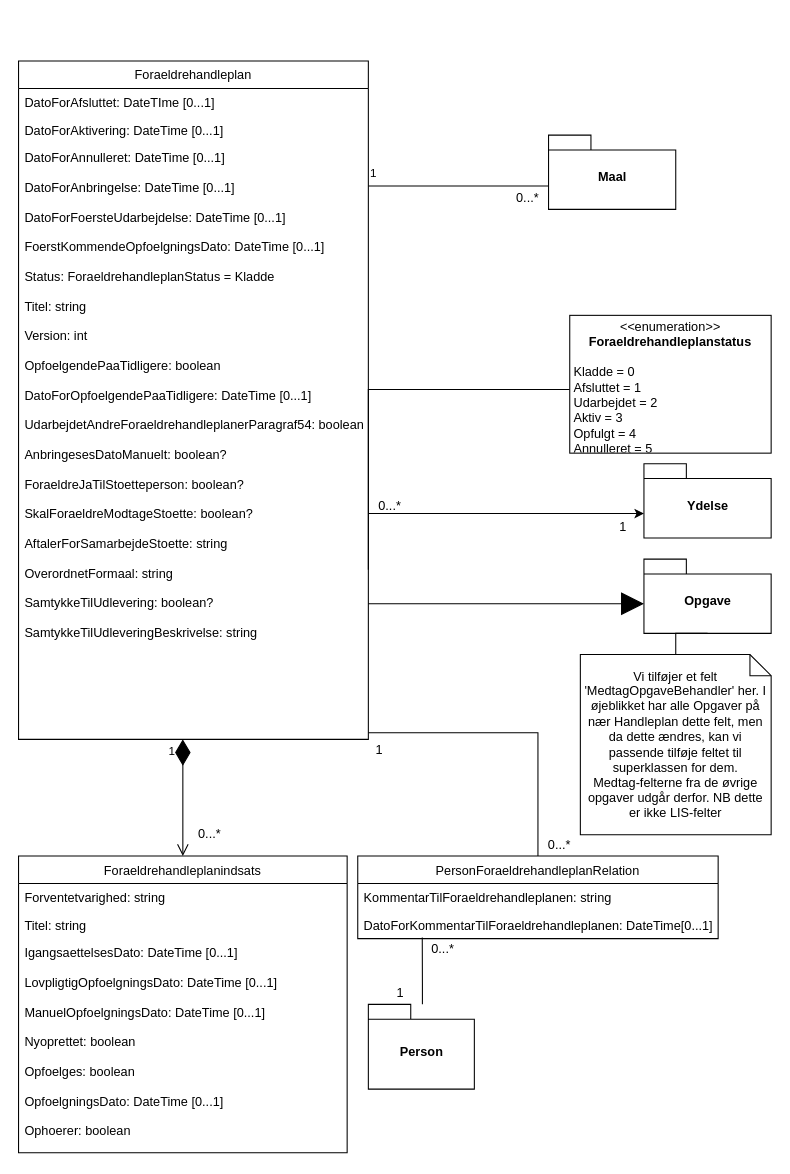
DanielMikkelsen/CompanyCarpool keeps this draw.io diagram as Untitled Diagram.drawio. Above is the earlier version. Source tidied: cells renumbered, new cells numbered last; positions are measured from the earlier drawing's top-left corner, leaving out a move shared by most shapes. Both pictures are drawn from the tidied source at 106%, with x=0, y=0 at pixel (18, 60).
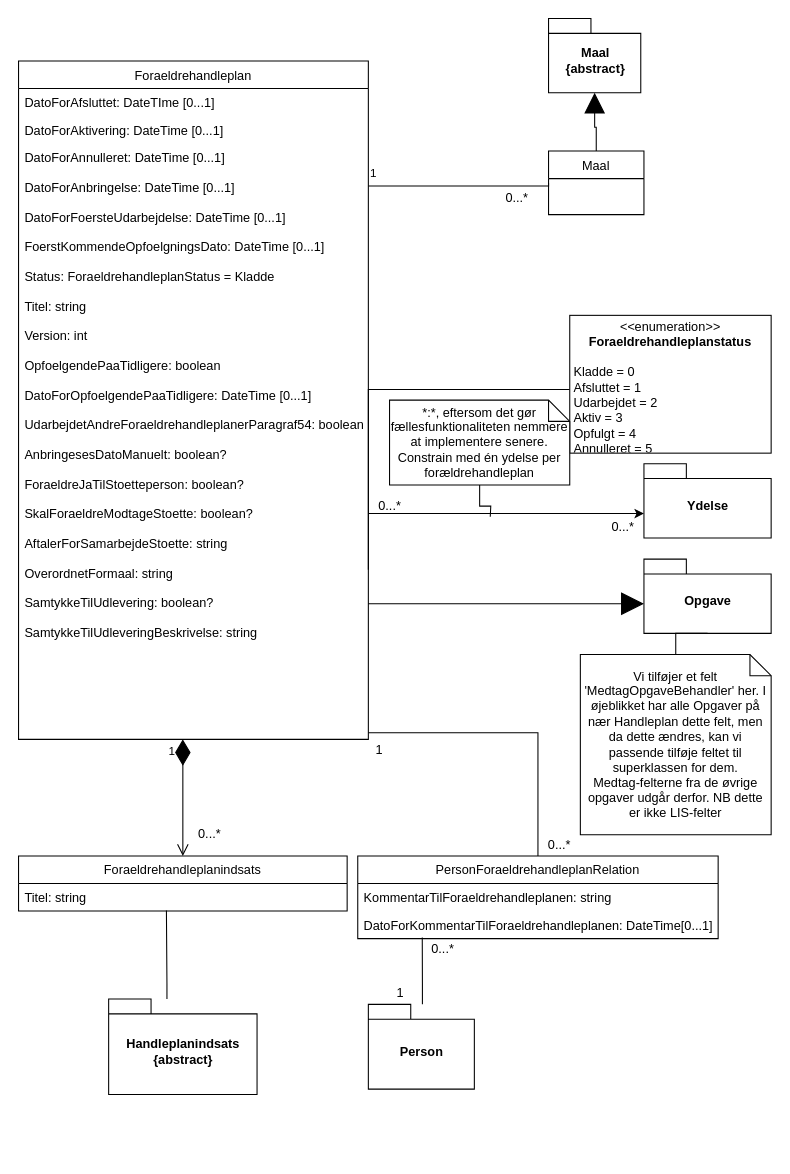
After the change.

The change refers to these unchanged cells:
```xml
<mxCell id="5" value="DatoForAnnulleret: DateTime [0...1]&#10;&#10;DatoForAnbringelse: DateTime [0...1]&#10;&#10;DatoForFoersteUdarbejdelse: DateTime [0...1]&#10;&#10;FoerstKommendeOpfoelgningsDato: DateTime [0...1]&#10;&#10;Status: ForaeldrehandleplanStatus = Kladde&#10;&#10;Titel: string&#10;&#10;Version: int&#10;&#10;OpfoelgendePaaTidligere: boolean&#10;&#10;DatoForOpfoelgendePaaTidligere: DateTime [0...1]&#10;&#10;UdarbejdetAndreForaeldrehandleplanerParagraf54: boolean&#10;&#10;AnbringesesDatoManuelt: boolean?&#10;&#10;ForaeldreJaTilStoetteperson: boolean?&#10;&#10;SkalForaeldreModtageStoette: boolean?&#10;&#10;AftalerForSamarbejdeStoette: string&#10;&#10;OverordnetFormaal: string&#10;&#10;SamtykkeTilUdlevering: boolean?&#10;&#10;SamtykkeTilUdleveringBeskrivelse: string&#10;&#10;" style="text;align=left;verticalAlign=top;spacingLeft=4;spacingRight=4;overflow=hidden;points=[[0,0.5],[1,0.5]];portConstraint=eastwest;rounded=0;shadow=0;html=0;" parent="2" vertex="1">
  <mxGeometry y="78" width="330" height="562" as="geometry" />
</mxCell>
```

What changed in the source:
```diff
@@
     <mxCell id="6" value="0...*" style="text;html=1;align=center;verticalAlign=middle;" parent="1" vertex="1">
-      <mxGeometry x="460" y="120" width="40" height="20" as="geometry" />
+      <mxGeometry x="450" y="120" width="40" height="20" as="geometry" />
     </mxCell>
@@
     <mxCell id="9" value="Foraeldrehandleplanindsats" style="swimlane;fontStyle=0;horizontal=1;startSize=26;fillColor=none;" parent="1" vertex="1">
-      <mxGeometry y="750" width="310" height="280" as="geometry" />
+      <mxGeometry y="750" width="310" height="52" as="geometry" />
     </mxCell>
-    <mxCell id="10" value="Forventetvarighed: string" style="text;strokeColor=none;fillColor=none;align=left;verticalAlign=top;spacingLeft=4;spacingRight=4;overflow=hidden;" parent="9" vertex="1">
-      <mxGeometry y="26" width="310" height="26" as="geometry" />
-    </mxCell>
     <mxCell id="11" value="Titel: string" style="text;strokeColor=none;fillColor=none;align=left;verticalAlign=top;spacingLeft=4;spacingRight=4;overflow=hidden;points=[[0,0.5],[1,0.5]];portConstraint=eastwest;" parent="9" vertex="1">
-      <mxGeometry y="52" width="310" height="26" as="geometry" />
+      <mxGeometry y="26" width="310" height="26" as="geometry" />
     </mxCell>
-    <mxCell id="12" value="IgangsaettelsesDato: DateTime [0...1]&#10;&#10;LovpligtigOpfoelgningsDato: DateTime [0...1]&#10;&#10;ManuelOpfoelgningsDato: DateTime [0...1]&#10;&#10;Nyoprettet: boolean&#10;&#10;Opfoelges: boolean&#10;&#10;OpfoelgningsDato: DateTime [0...1]&#10;&#10;Ophoerer: boolean" style="text;strokeColor=none;fillColor=none;align=left;verticalAlign=top;spacingLeft=4;spacingRight=4;overflow=hidden;" parent="9" vertex="1">
-      <mxGeometry y="78" width="310" height="202" as="geometry" />
-    </mxCell>
@@
-    <mxCell id="16" value="1" style="text;html=1;align=center;verticalAlign=middle;" parent="1" vertex="1">
-      <mxGeometry x="560" y="430" width="20" height="20" as="geometry" />
+    <mxCell id="16" value="0...*" style="text;html=1;align=center;verticalAlign=middle;" parent="1" vertex="1">
+      <mxGeometry x="550" y="430" width="40" height="20" as="geometry" />
     </mxCell>
@@
-    <mxCell id="25" value="1" style="endArrow=none;html=1;endSize=12;startArrow=none;startSize=20;startFill=0;edgeStyle=orthogonalEdgeStyle;align=left;verticalAlign=bottom;rounded=0;entryX=0;entryY=0.5;entryDx=0;entryDy=0;endFill=0;" parent="1" edge="1" source="5">
+    <mxCell id="25" value="1" style="endArrow=none;html=1;endSize=12;startArrow=none;startSize=20;startFill=0;edgeStyle=orthogonalEdgeStyle;align=left;verticalAlign=bottom;rounded=0;endFill=0;entryX=0;entryY=0.5;entryDx=0;entryDy=0;" parent="1" edge="1" source="5" target="36">
       <mxGeometry x="-1" y="3" relative="1" as="geometry">
-        <mxPoint x="500" y="118" as="targetPoint" />
         <Array as="points">
-          <mxPoint x="340" y="118" />
-          <mxPoint x="340" y="118" />
+          <mxPoint x="500" y="118" />
         </Array>
       </mxGeometry>
     </mxCell>
@@
+    <mxCell id="35" style="edgeStyle=orthogonalEdgeStyle;rounded=0;jettySize=auto;html=1;entryX=0.5;entryY=0;entryDx=0;entryDy=0;endArrow=none;endFill=0;startArrow=block;startFill=1;targetPerimeterSpacing=0;startSize=17;" parent="1" edge="1" source="34" target="36">
+      <mxGeometry relative="1" as="geometry" />
+    </mxCell>
-    <mxCell id="34" value="Maal" style="shape=folder;fontStyle=1;spacingTop=10;tabWidth=40;tabHeight=14;tabPosition=left;html=1;" parent="1" vertex="1">
-      <mxGeometry x="500" y="70" width="120" height="70" as="geometry" />
+    <mxCell id="34" value="Maal&lt;br&gt;{abstract}" style="shape=folder;fontStyle=1;spacingTop=10;tabWidth=40;tabHeight=14;tabPosition=left;html=1;" parent="1" vertex="1">
+      <mxGeometry x="500" y="-40" width="87" height="70" as="geometry" />
     </mxCell>
+    <mxCell id="36" value="Maal" style="swimlane;fontStyle=0;horizontal=1;startSize=26;fillColor=none;" parent="1" vertex="1">
+      <mxGeometry x="500" y="85" width="90" height="60" as="geometry" />
+    </mxCell>
+    <mxCell id="37" style="edgeStyle=orthogonalEdgeStyle;rounded=0;jettySize=auto;html=1;startArrow=none;startFill=0;startSize=17;endArrow=none;endFill=0;targetPerimeterSpacing=0;" parent="1" edge="1" source="38">
+      <mxGeometry relative="1" as="geometry">
+        <mxPoint x="445" y="430" as="targetPoint" />
+      </mxGeometry>
+    </mxCell>
+    <mxCell id="38" value="*:*, eftersom det gør fællesfunktionaliteten nemmere at implementere senere. Constrain med én ydelse per forældrehandleplan" style="shape=note;size=20;whiteSpace=wrap;html=1;" parent="1" vertex="1">
+      <mxGeometry x="350" y="320" width="170" height="80" as="geometry" />
+    </mxCell>
+    <mxCell id="39" style="edgeStyle=orthogonalEdgeStyle;rounded=0;jettySize=auto;html=1;entryX=0.45;entryY=0.98;entryDx=0;entryDy=0;entryPerimeter=0;startArrow=none;startFill=0;startSize=17;endArrow=none;endFill=0;targetPerimeterSpacing=0;" parent="1" edge="1" source="40" target="11">
+      <mxGeometry relative="1" as="geometry">
+        <Array as="points">
+          <mxPoint x="140" y="870" />
+          <mxPoint x="140" y="870" />
+        </Array>
+      </mxGeometry>
+    </mxCell>
+    <mxCell id="40" value="Handleplanindsats&lt;br&gt;{abstract}" style="shape=folder;fontStyle=1;spacingTop=10;tabWidth=40;tabHeight=14;tabPosition=left;html=1;" parent="1" vertex="1">
+      <mxGeometry x="85" y="885" width="140" height="90" as="geometry" />
+    </mxCell>
```
